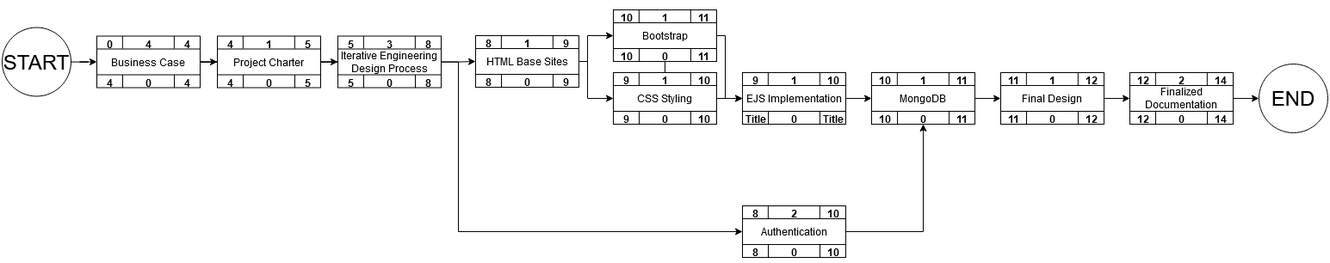
This is Documents/Project Activity Network.png from Kurdonthego1/Fitbro, a draw.io export, as it was before one commit. Source tidied: cells renumbered, new cells last; positions are measured from the earlier drawing's top-left corner, leaving out a move shared by most shapes.
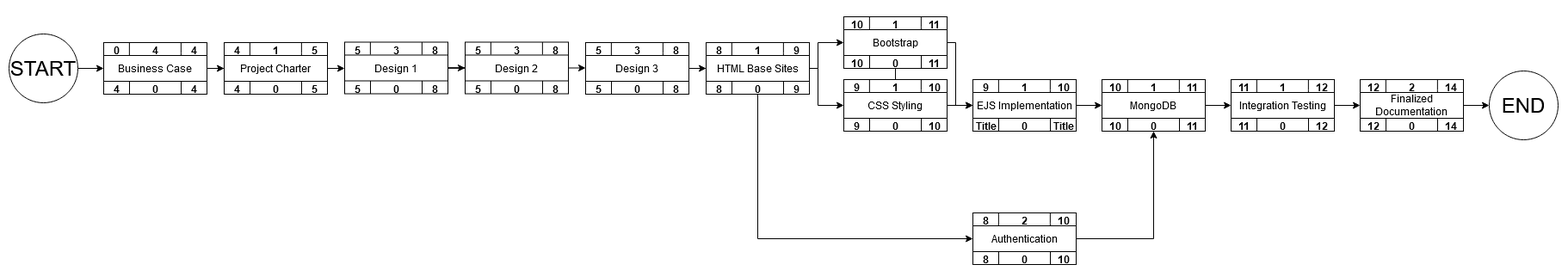
After the change.

What changed in the source:
```diff
@@ -8,3 +8,3 @@
     <mxCell id="3" value="Business Case" style="rounded=0;whiteSpace=wrap;html=1;" parent="1" vertex="1">
-      <mxGeometry x="110" y="35.5" width="120" height="60" as="geometry" />
+      <mxGeometry x="-150" y="35" width="120" height="60" as="geometry" />
     </mxCell>
@@ -15,3 +15,3 @@
       <mxGeometry relative="1" as="geometry">
-        <mxPoint x="200" y="95.5" as="sourcePoint" />
+        <mxPoint x="-60" y="95" as="sourcePoint" />
       </mxGeometry>
@@ -25,18 +25,18 @@
     <mxCell id="8" value="&lt;font style=&quot;font-size: 12px;&quot;&gt;0&lt;/font&gt;" style="text;strokeColor=none;fillColor=none;html=1;fontSize=24;fontStyle=1;verticalAlign=middle;align=center;" parent="1" vertex="1">
-      <mxGeometry x="110" y="35.5" width="30" height="10" as="geometry" />
+      <mxGeometry x="-150" y="35" width="30" height="10" as="geometry" />
     </mxCell>
     <mxCell id="9" value="&lt;font style=&quot;font-size: 12px;&quot;&gt;4&lt;/font&gt;" style="text;strokeColor=none;fillColor=none;html=1;fontSize=24;fontStyle=1;verticalAlign=middle;align=center;" parent="1" vertex="1">
-      <mxGeometry x="200" y="35.5" width="30" height="10" as="geometry" />
+      <mxGeometry x="-60" y="35" width="30" height="10" as="geometry" />
     </mxCell>
     <mxCell id="10" value="&lt;font style=&quot;font-size: 12px;&quot;&gt;4&lt;/font&gt;" style="text;strokeColor=none;fillColor=none;html=1;fontSize=24;fontStyle=1;verticalAlign=middle;align=center;" parent="1" vertex="1">
-      <mxGeometry x="110" y="75.5" width="30" height="20" as="geometry" />
+      <mxGeometry x="-150" y="75" width="30" height="20" as="geometry" />
     </mxCell>
     <mxCell id="11" value="&lt;font style=&quot;font-size: 12px;&quot;&gt;4&lt;/font&gt;" style="text;strokeColor=none;fillColor=none;html=1;fontSize=24;fontStyle=1;verticalAlign=middle;align=center;" parent="1" vertex="1">
-      <mxGeometry x="200" y="75.5" width="30" height="20" as="geometry" />
+      <mxGeometry x="-60" y="75" width="30" height="20" as="geometry" />
     </mxCell>
     <mxCell id="12" value="&lt;font style=&quot;font-size: 12px;&quot;&gt;4&lt;/font&gt;" style="text;strokeColor=none;fillColor=none;html=1;fontSize=24;fontStyle=1;verticalAlign=middle;align=center;" parent="1" vertex="1">
-      <mxGeometry x="140" y="30.5" width="60" height="20" as="geometry" />
+      <mxGeometry x="-120" y="30" width="60" height="20" as="geometry" />
     </mxCell>
     <mxCell id="13" value="&lt;font style=&quot;font-size: 12px;&quot;&gt;0&lt;/font&gt;" style="text;strokeColor=none;fillColor=none;html=1;fontSize=24;fontStyle=1;verticalAlign=middle;align=center;" parent="1" vertex="1">
-      <mxGeometry x="140" y="75.5" width="60" height="20" as="geometry" />
+      <mxGeometry x="-120" y="75" width="60" height="20" as="geometry" />
     </mxCell>
@@ -46,3 +46,3 @@
     <mxCell id="15" value="&lt;font style=&quot;font-size: 24px;&quot;&gt;START&lt;/font&gt;" style="ellipse;whiteSpace=wrap;html=1;" parent="1" vertex="1">
-      <mxGeometry y="25.5" width="80" height="80" as="geometry" />
+      <mxGeometry x="-260" y="25" width="80" height="80" as="geometry" />
     </mxCell>
@@ -53,6 +53,6 @@
       <mxGeometry relative="1" as="geometry">
-        <mxPoint x="199.9" y="50" as="sourcePoint" />
-        <mxPoint x="199.9" y="35.5" as="targetPoint" />
+        <mxPoint x="-60.1" y="49.5" as="sourcePoint" />
+        <mxPoint x="-60.1" y="35" as="targetPoint" />
         <Array as="points">
-          <mxPoint x="199.9" y="47.5" />
+          <mxPoint x="-60.1" y="47" />
         </Array>
@@ -62,11 +62,11 @@
       <mxGeometry relative="1" as="geometry">
-        <mxPoint x="139.9" y="50" as="sourcePoint" />
-        <mxPoint x="139.9" y="35.5" as="targetPoint" />
+        <mxPoint x="-120.1" y="49.5" as="sourcePoint" />
+        <mxPoint x="-120.1" y="35" as="targetPoint" />
       </mxGeometry>
     </mxCell>
-    <mxCell id="19" style="edgeStyle=orthogonalEdgeStyle;rounded=0;jettySize=auto;html=1;entryX=0;entryY=0.5;entryDx=0;entryDy=0;" parent="1" edge="1" source="20" target="35">
-      <mxGeometry relative="1" as="geometry" />
-    </mxCell>
+    <mxCell id="162" style="edgeStyle=orthogonalEdgeStyle;rounded=0;jettySize=auto;html=1;entryX=0;entryY=0.5;entryDx=0;entryDy=0;" parent="1" edge="1" source="20" target="180">
+      <mxGeometry relative="1" as="geometry" />
+    </mxCell>
     <mxCell id="20" value="Project Charter" style="rounded=0;whiteSpace=wrap;html=1;" parent="1" vertex="1">
-      <mxGeometry x="250" y="35.5" width="120" height="60" as="geometry" />
+      <mxGeometry x="-10" y="35" width="120" height="60" as="geometry" />
     </mxCell>
@@ -77,3 +77,3 @@
       <mxGeometry relative="1" as="geometry">
-        <mxPoint x="340" y="95.5" as="sourcePoint" />
+        <mxPoint x="80" y="95" as="sourcePoint" />
       </mxGeometry>
@@ -87,18 +87,18 @@
     <mxCell id="25" value="&lt;font style=&quot;font-size: 12px;&quot;&gt;4&lt;/font&gt;" style="text;strokeColor=none;fillColor=none;html=1;fontSize=24;fontStyle=1;verticalAlign=middle;align=center;" parent="1" vertex="1">
-      <mxGeometry x="250" y="35.5" width="30" height="10" as="geometry" />
+      <mxGeometry x="-10" y="35" width="30" height="10" as="geometry" />
     </mxCell>
     <mxCell id="26" value="&lt;font style=&quot;font-size: 12px;&quot;&gt;5&lt;/font&gt;" style="text;strokeColor=none;fillColor=none;html=1;fontSize=24;fontStyle=1;verticalAlign=middle;align=center;" parent="1" vertex="1">
-      <mxGeometry x="340" y="35.5" width="30" height="10" as="geometry" />
+      <mxGeometry x="80" y="35" width="30" height="10" as="geometry" />
     </mxCell>
     <mxCell id="27" value="&lt;font style=&quot;font-size: 12px;&quot;&gt;4&lt;/font&gt;" style="text;strokeColor=none;fillColor=none;html=1;fontSize=24;fontStyle=1;verticalAlign=middle;align=center;" parent="1" vertex="1">
-      <mxGeometry x="250" y="75.5" width="30" height="20" as="geometry" />
+      <mxGeometry x="-10" y="75" width="30" height="20" as="geometry" />
     </mxCell>
     <mxCell id="28" value="&lt;font style=&quot;font-size: 12px;&quot;&gt;5&lt;/font&gt;" style="text;strokeColor=none;fillColor=none;html=1;fontSize=24;fontStyle=1;verticalAlign=middle;align=center;" parent="1" vertex="1">
-      <mxGeometry x="340" y="75.5" width="30" height="20" as="geometry" />
+      <mxGeometry x="80" y="75" width="30" height="20" as="geometry" />
     </mxCell>
     <mxCell id="29" value="&lt;font style=&quot;font-size: 12px;&quot;&gt;1&lt;/font&gt;" style="text;strokeColor=none;fillColor=none;html=1;fontSize=24;fontStyle=1;verticalAlign=middle;align=center;" parent="1" vertex="1">
-      <mxGeometry x="280" y="30.5" width="60" height="20" as="geometry" />
+      <mxGeometry x="20" y="30" width="60" height="20" as="geometry" />
     </mxCell>
     <mxCell id="30" value="&lt;font style=&quot;font-size: 12px;&quot;&gt;0&lt;/font&gt;" style="text;strokeColor=none;fillColor=none;html=1;fontSize=24;fontStyle=1;verticalAlign=middle;align=center;" parent="1" vertex="1">
-      <mxGeometry x="280" y="75.5" width="60" height="20" as="geometry" />
+      <mxGeometry x="20" y="75" width="60" height="20" as="geometry" />
     </mxCell>
@@ -106,6 +106,6 @@
       <mxGeometry relative="1" as="geometry">
-        <mxPoint x="339.9" y="50" as="sourcePoint" />
-        <mxPoint x="339.9" y="35.5" as="targetPoint" />
+        <mxPoint x="79.9" y="49.5" as="sourcePoint" />
+        <mxPoint x="79.9" y="35" as="targetPoint" />
         <Array as="points">
-          <mxPoint x="339.9" y="47.5" />
+          <mxPoint x="79.9" y="47" />
         </Array>
@@ -115,19 +115,11 @@
       <mxGeometry relative="1" as="geometry">
-        <mxPoint x="279.9" y="50" as="sourcePoint" />
-        <mxPoint x="279.9" y="35.5" as="targetPoint" />
+        <mxPoint x="19.9" y="49.5" as="sourcePoint" />
+        <mxPoint x="19.9" y="35" as="targetPoint" />
       </mxGeometry>
     </mxCell>
-    <mxCell id="33" style="edgeStyle=orthogonalEdgeStyle;rounded=0;jettySize=auto;html=1;entryX=0;entryY=0.5;entryDx=0;entryDy=0;" parent="1" edge="1" source="35" target="50">
-      <mxGeometry relative="1" as="geometry" />
-    </mxCell>
-    <mxCell id="34" style="edgeStyle=orthogonalEdgeStyle;rounded=0;jettySize=auto;html=1;entryX=0;entryY=0.5;entryDx=0;entryDy=0;" parent="1" edge="1" source="35" target="64">
-      <mxGeometry relative="1" as="geometry">
-        <Array as="points">
-          <mxPoint x="530" y="65" />
-          <mxPoint x="530" y="263" />
-        </Array>
-      </mxGeometry>
-    </mxCell>
+    <mxCell id="163" style="edgeStyle=orthogonalEdgeStyle;rounded=0;jettySize=auto;html=1;entryX=0;entryY=0.5;entryDx=0;entryDy=0;" parent="1" edge="1" source="35" target="166">
+      <mxGeometry relative="1" as="geometry" />
+    </mxCell>
-    <mxCell id="35" value="Iterative Engineering Design Process" style="rounded=0;whiteSpace=wrap;html=1;" parent="1" vertex="1">
-      <mxGeometry x="390" y="35.5" width="120" height="60" as="geometry" />
+    <mxCell id="35" value="&lt;div&gt;Design 2&lt;/div&gt;" style="rounded=0;whiteSpace=wrap;html=1;" parent="1" vertex="1">
+      <mxGeometry x="270" y="34.5" width="120" height="60" as="geometry" />
     </mxCell>
@@ -138,3 +130,3 @@
       <mxGeometry relative="1" as="geometry">
-        <mxPoint x="480" y="95.5" as="sourcePoint" />
+        <mxPoint x="360" y="94.5" as="sourcePoint" />
       </mxGeometry>
@@ -148,18 +140,18 @@
     <mxCell id="40" value="&lt;font style=&quot;font-size: 12px;&quot;&gt;5&lt;/font&gt;" style="text;strokeColor=none;fillColor=none;html=1;fontSize=24;fontStyle=1;verticalAlign=middle;align=center;" parent="1" vertex="1">
-      <mxGeometry x="390" y="35.5" width="30" height="10" as="geometry" />
+      <mxGeometry x="270" y="34.5" width="30" height="10" as="geometry" />
     </mxCell>
     <mxCell id="41" value="&lt;font style=&quot;font-size: 12px;&quot;&gt;8&lt;/font&gt;" style="text;strokeColor=none;fillColor=none;html=1;fontSize=24;fontStyle=1;verticalAlign=middle;align=center;" parent="1" vertex="1">
-      <mxGeometry x="480" y="35.5" width="30" height="10" as="geometry" />
+      <mxGeometry x="360" y="34.5" width="30" height="10" as="geometry" />
     </mxCell>
     <mxCell id="42" value="&lt;font style=&quot;font-size: 12px;&quot;&gt;5&lt;/font&gt;" style="text;strokeColor=none;fillColor=none;html=1;fontSize=24;fontStyle=1;verticalAlign=middle;align=center;" parent="1" vertex="1">
-      <mxGeometry x="390" y="75.5" width="30" height="20" as="geometry" />
+      <mxGeometry x="270" y="74.5" width="30" height="20" as="geometry" />
     </mxCell>
     <mxCell id="43" value="&lt;font style=&quot;font-size: 12px;&quot;&gt;8&lt;/font&gt;" style="text;strokeColor=none;fillColor=none;html=1;fontSize=24;fontStyle=1;verticalAlign=middle;align=center;" parent="1" vertex="1">
-      <mxGeometry x="480" y="75.5" width="30" height="20" as="geometry" />
+      <mxGeometry x="360" y="74.5" width="30" height="20" as="geometry" />
     </mxCell>
     <mxCell id="44" value="&lt;font style=&quot;font-size: 12px;&quot;&gt;3&lt;/font&gt;" style="text;strokeColor=none;fillColor=none;html=1;fontSize=24;fontStyle=1;verticalAlign=middle;align=center;" parent="1" vertex="1">
-      <mxGeometry x="420" y="30.5" width="60" height="20" as="geometry" />
+      <mxGeometry x="300" y="29.5" width="60" height="20" as="geometry" />
     </mxCell>
     <mxCell id="45" value="&lt;font style=&quot;font-size: 12px;&quot;&gt;0&lt;/font&gt;" style="text;strokeColor=none;fillColor=none;html=1;fontSize=24;fontStyle=1;verticalAlign=middle;align=center;" parent="1" vertex="1">
-      <mxGeometry x="420" y="75.5" width="60" height="20" as="geometry" />
+      <mxGeometry x="300" y="74.5" width="60" height="20" as="geometry" />
     </mxCell>
@@ -167,6 +159,6 @@
       <mxGeometry relative="1" as="geometry">
-        <mxPoint x="479.9" y="50" as="sourcePoint" />
-        <mxPoint x="479.9" y="35.5" as="targetPoint" />
+        <mxPoint x="359.9" y="49" as="sourcePoint" />
+        <mxPoint x="359.9" y="34.5" as="targetPoint" />
         <Array as="points">
-          <mxPoint x="479.9" y="47.5" />
+          <mxPoint x="359.9" y="46.5" />
         </Array>
@@ -176,4 +168,4 @@
       <mxGeometry relative="1" as="geometry">
-        <mxPoint x="419.9" y="50" as="sourcePoint" />
-        <mxPoint x="419.9" y="35.5" as="targetPoint" />
+        <mxPoint x="299.9" y="49" as="sourcePoint" />
+        <mxPoint x="299.9" y="34.5" as="targetPoint" />
       </mxGeometry>
@@ -228,2 +220,9 @@
     </mxCell>
+    <mxCell id="164" style="edgeStyle=orthogonalEdgeStyle;rounded=0;jettySize=auto;html=1;entryX=0;entryY=0.5;entryDx=0;entryDy=0;" parent="1" edge="1" source="60" target="64">
+      <mxGeometry relative="1" as="geometry">
+        <Array as="points">
+          <mxPoint x="610" y="263" />
+        </Array>
+      </mxGeometry>
+    </mxCell>
     <mxCell id="60" value="&lt;font style=&quot;font-size: 12px;&quot;&gt;0&lt;/font&gt;" style="text;strokeColor=none;fillColor=none;html=1;fontSize=24;fontStyle=1;verticalAlign=middle;align=center;" parent="1" vertex="1">
@@ -575,3 +574,3 @@
     </mxCell>
-    <mxCell id="149" value="Final Design" style="rounded=0;whiteSpace=wrap;html=1;" parent="1" vertex="1">
+    <mxCell id="149" value="Integration Testing" style="rounded=0;whiteSpace=wrap;html=1;" parent="1" vertex="1">
       <mxGeometry x="1160" y="78" width="120" height="60" as="geometry" />
@@ -625,2 +624,108 @@
     </mxCell>
+    <mxCell id="165" style="edgeStyle=orthogonalEdgeStyle;rounded=0;jettySize=auto;html=1;entryX=0;entryY=0.5;entryDx=0;entryDy=0;" parent="1" edge="1" source="166" target="50">
+      <mxGeometry relative="1" as="geometry" />
+    </mxCell>
+    <mxCell id="166" value="Design 3" style="rounded=0;whiteSpace=wrap;html=1;" parent="1" vertex="1">
+      <mxGeometry x="410" y="35" width="120" height="60" as="geometry" />
+    </mxCell>
+    <mxCell id="167" style="endArrow=none;html=1;rounded=0;entryX=0;entryY=0.25;entryDx=0;entryDy=0;exitX=0.25;exitY=1;exitDx=0;exitDy=0;" parent="1" edge="1" source="166" target="176">
+      <mxGeometry relative="1" as="geometry" />
+    </mxCell>
+    <mxCell id="168" style="endArrow=none;html=1;rounded=0;entryX=0;entryY=0.25;entryDx=0;entryDy=0;exitX=0.25;exitY=1;exitDx=0;exitDy=0;" parent="1" edge="1" target="174">
+      <mxGeometry relative="1" as="geometry">
+        <mxPoint x="500" y="95" as="sourcePoint" />
+      </mxGeometry>
+    </mxCell>
+    <mxCell id="169" style="endArrow=none;html=1;rounded=0;entryX=1;entryY=0.75;entryDx=0;entryDy=0;exitX=0;exitY=0.75;exitDx=0;exitDy=0;" parent="1" edge="1" source="166" target="166">
+      <mxGeometry relative="1" as="geometry" />
+    </mxCell>
+    <mxCell id="170" style="endArrow=none;html=1;rounded=0;entryX=1;entryY=0.25;entryDx=0;entryDy=0;exitX=0;exitY=0.25;exitDx=0;exitDy=0;strokeColor=default;" parent="1" edge="1" source="166" target="166">
+      <mxGeometry relative="1" as="geometry" />
+    </mxCell>
+    <mxCell id="171" value="&lt;font style=&quot;font-size: 12px;&quot;&gt;5&lt;/font&gt;" style="text;strokeColor=none;fillColor=none;html=1;fontSize=24;fontStyle=1;verticalAlign=middle;align=center;" parent="1" vertex="1">
+      <mxGeometry x="410" y="35" width="30" height="10" as="geometry" />
+    </mxCell>
+    <mxCell id="172" value="&lt;font style=&quot;font-size: 12px;&quot;&gt;8&lt;/font&gt;" style="text;strokeColor=none;fillColor=none;html=1;fontSize=24;fontStyle=1;verticalAlign=middle;align=center;" parent="1" vertex="1">
+      <mxGeometry x="500" y="35" width="30" height="10" as="geometry" />
+    </mxCell>
+    <mxCell id="173" value="&lt;font style=&quot;font-size: 12px;&quot;&gt;5&lt;/font&gt;" style="text;strokeColor=none;fillColor=none;html=1;fontSize=24;fontStyle=1;verticalAlign=middle;align=center;" parent="1" vertex="1">
+      <mxGeometry x="410" y="75" width="30" height="20" as="geometry" />
+    </mxCell>
+    <mxCell id="174" value="&lt;font style=&quot;font-size: 12px;&quot;&gt;8&lt;/font&gt;" style="text;strokeColor=none;fillColor=none;html=1;fontSize=24;fontStyle=1;verticalAlign=middle;align=center;" parent="1" vertex="1">
+      <mxGeometry x="500" y="75" width="30" height="20" as="geometry" />
+    </mxCell>
+    <mxCell id="175" value="&lt;font style=&quot;font-size: 12px;&quot;&gt;3&lt;/font&gt;" style="text;strokeColor=none;fillColor=none;html=1;fontSize=24;fontStyle=1;verticalAlign=middle;align=center;" parent="1" vertex="1">
+      <mxGeometry x="440" y="30" width="60" height="20" as="geometry" />
+    </mxCell>
+    <mxCell id="176" value="&lt;font style=&quot;font-size: 12px;&quot;&gt;0&lt;/font&gt;" style="text;strokeColor=none;fillColor=none;html=1;fontSize=24;fontStyle=1;verticalAlign=middle;align=center;" parent="1" vertex="1">
+      <mxGeometry x="440" y="75" width="60" height="20" as="geometry" />
+    </mxCell>
+    <mxCell id="177" style="endArrow=none;html=1;rounded=0;entryX=0;entryY=0.25;entryDx=0;entryDy=0;exitX=0.25;exitY=1;exitDx=0;exitDy=0;" parent="1" edge="1">
+      <mxGeometry relative="1" as="geometry">
+        <mxPoint x="499.9" y="49.5" as="sourcePoint" />
+        <mxPoint x="499.9" y="35" as="targetPoint" />
+        <Array as="points">
+          <mxPoint x="499.9" y="47" />
+        </Array>
+      </mxGeometry>
+    </mxCell>
+    <mxCell id="178" style="endArrow=none;html=1;rounded=0;entryX=0;entryY=0.25;entryDx=0;entryDy=0;exitX=0.25;exitY=1;exitDx=0;exitDy=0;" parent="1" edge="1">
+      <mxGeometry relative="1" as="geometry">
+        <mxPoint x="439.9" y="49.5" as="sourcePoint" />
+        <mxPoint x="439.9" y="35" as="targetPoint" />
+      </mxGeometry>
+    </mxCell>
+    <mxCell id="179" style="edgeStyle=orthogonalEdgeStyle;rounded=0;jettySize=auto;html=1;entryX=0;entryY=0.5;entryDx=0;entryDy=0;" parent="1" edge="1" source="180" target="35">
+      <mxGeometry relative="1" as="geometry" />
+    </mxCell>
+    <mxCell id="180" value="Design 1" style="rounded=0;whiteSpace=wrap;html=1;" parent="1" vertex="1">
+      <mxGeometry x="130" y="34.5" width="120" height="60" as="geometry" />
+    </mxCell>
+    <mxCell id="181" style="endArrow=none;html=1;rounded=0;entryX=0;entryY=0.25;entryDx=0;entryDy=0;exitX=0.25;exitY=1;exitDx=0;exitDy=0;" parent="1" edge="1" source="180" target="190">
+      <mxGeometry relative="1" as="geometry" />
+    </mxCell>
+    <mxCell id="182" style="endArrow=none;html=1;rounded=0;entryX=0;entryY=0.25;entryDx=0;entryDy=0;exitX=0.25;exitY=1;exitDx=0;exitDy=0;" parent="1" edge="1" target="188">
+      <mxGeometry relative="1" as="geometry">
+        <mxPoint x="220" y="94.5" as="sourcePoint" />
+      </mxGeometry>
+    </mxCell>
+    <mxCell id="183" style="endArrow=none;html=1;rounded=0;entryX=1;entryY=0.75;entryDx=0;entryDy=0;exitX=0;exitY=0.75;exitDx=0;exitDy=0;" parent="1" edge="1" source="180" target="180">
+      <mxGeometry relative="1" as="geometry" />
+    </mxCell>
+    <mxCell id="184" style="endArrow=none;html=1;rounded=0;entryX=1;entryY=0.25;entryDx=0;entryDy=0;exitX=0;exitY=0.25;exitDx=0;exitDy=0;strokeColor=default;" parent="1" edge="1" source="180" target="180">
+      <mxGeometry relative="1" as="geometry" />
+    </mxCell>
+    <mxCell id="185" value="&lt;font style=&quot;font-size: 12px;&quot;&gt;5&lt;/font&gt;" style="text;strokeColor=none;fillColor=none;html=1;fontSize=24;fontStyle=1;verticalAlign=middle;align=center;" parent="1" vertex="1">
+      <mxGeometry x="130" y="34.5" width="30" height="10" as="geometry" />
+    </mxCell>
+    <mxCell id="186" value="&lt;font style=&quot;font-size: 12px;&quot;&gt;8&lt;/font&gt;" style="text;strokeColor=none;fillColor=none;html=1;fontSize=24;fontStyle=1;verticalAlign=middle;align=center;" parent="1" vertex="1">
+      <mxGeometry x="220" y="34.5" width="30" height="10" as="geometry" />
+    </mxCell>
+    <mxCell id="187" value="&lt;font style=&quot;font-size: 12px;&quot;&gt;5&lt;/font&gt;" style="text;strokeColor=none;fillColor=none;html=1;fontSize=24;fontStyle=1;verticalAlign=middle;align=center;" parent="1" vertex="1">
+      <mxGeometry x="130" y="74.5" width="30" height="20" as="geometry" />
+    </mxCell>
+    <mxCell id="188" value="&lt;font style=&quot;font-size: 12px;&quot;&gt;8&lt;/font&gt;" style="text;strokeColor=none;fillColor=none;html=1;fontSize=24;fontStyle=1;verticalAlign=middle;align=center;" parent="1" vertex="1">
+      <mxGeometry x="220" y="74.5" width="30" height="20" as="geometry" />
+    </mxCell>
+    <mxCell id="189" value="&lt;font style=&quot;font-size: 12px;&quot;&gt;3&lt;/font&gt;" style="text;strokeColor=none;fillColor=none;html=1;fontSize=24;fontStyle=1;verticalAlign=middle;align=center;" parent="1" vertex="1">
+      <mxGeometry x="160" y="29.5" width="60" height="20" as="geometry" />
+    </mxCell>
+    <mxCell id="190" value="&lt;font style=&quot;font-size: 12px;&quot;&gt;0&lt;/font&gt;" style="text;strokeColor=none;fillColor=none;html=1;fontSize=24;fontStyle=1;verticalAlign=middle;align=center;" parent="1" vertex="1">
+      <mxGeometry x="160" y="74.5" width="60" height="20" as="geometry" />
+    </mxCell>
+    <mxCell id="191" style="endArrow=none;html=1;rounded=0;entryX=0;entryY=0.25;entryDx=0;entryDy=0;exitX=0.25;exitY=1;exitDx=0;exitDy=0;" parent="1" edge="1">
+      <mxGeometry relative="1" as="geometry">
+        <mxPoint x="219.9" y="49" as="sourcePoint" />
+        <mxPoint x="219.9" y="34.5" as="targetPoint" />
+        <Array as="points">
+          <mxPoint x="219.9" y="46.5" />
+        </Array>
+      </mxGeometry>
+    </mxCell>
+    <mxCell id="192" style="endArrow=none;html=1;rounded=0;entryX=0;entryY=0.25;entryDx=0;entryDy=0;exitX=0.25;exitY=1;exitDx=0;exitDy=0;" parent="1" edge="1">
+      <mxGeometry relative="1" as="geometry">
+        <mxPoint x="159.9" y="49" as="sourcePoint" />
+        <mxPoint x="159.9" y="34.5" as="targetPoint" />
+      </mxGeometry>
+    </mxCell>
   </root>
```
